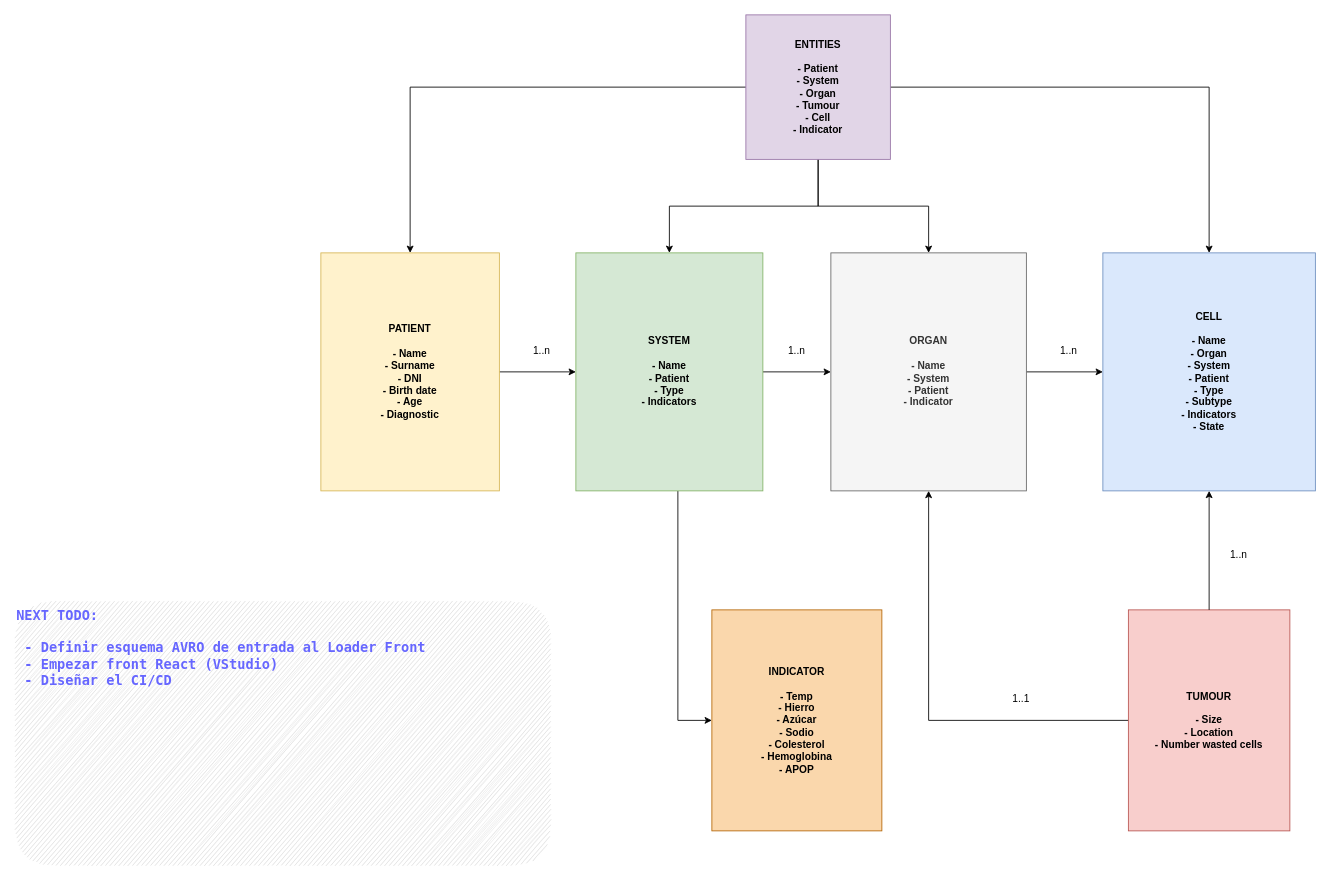
Above: page "MD" (1 of 6) of arch-design/cellprom-arch-functionality.drawio in cellprom/cellprom-arq-doc (draw.io), before the change. Source tidied: cells renumbered, new cells numbered last; positions are measured from the earlier drawing's top-left corner, leaving out a move shared by most shapes. Both pictures are drawn from the tidied source at 85%, with x=0, y=0 at pixel (14, 14).
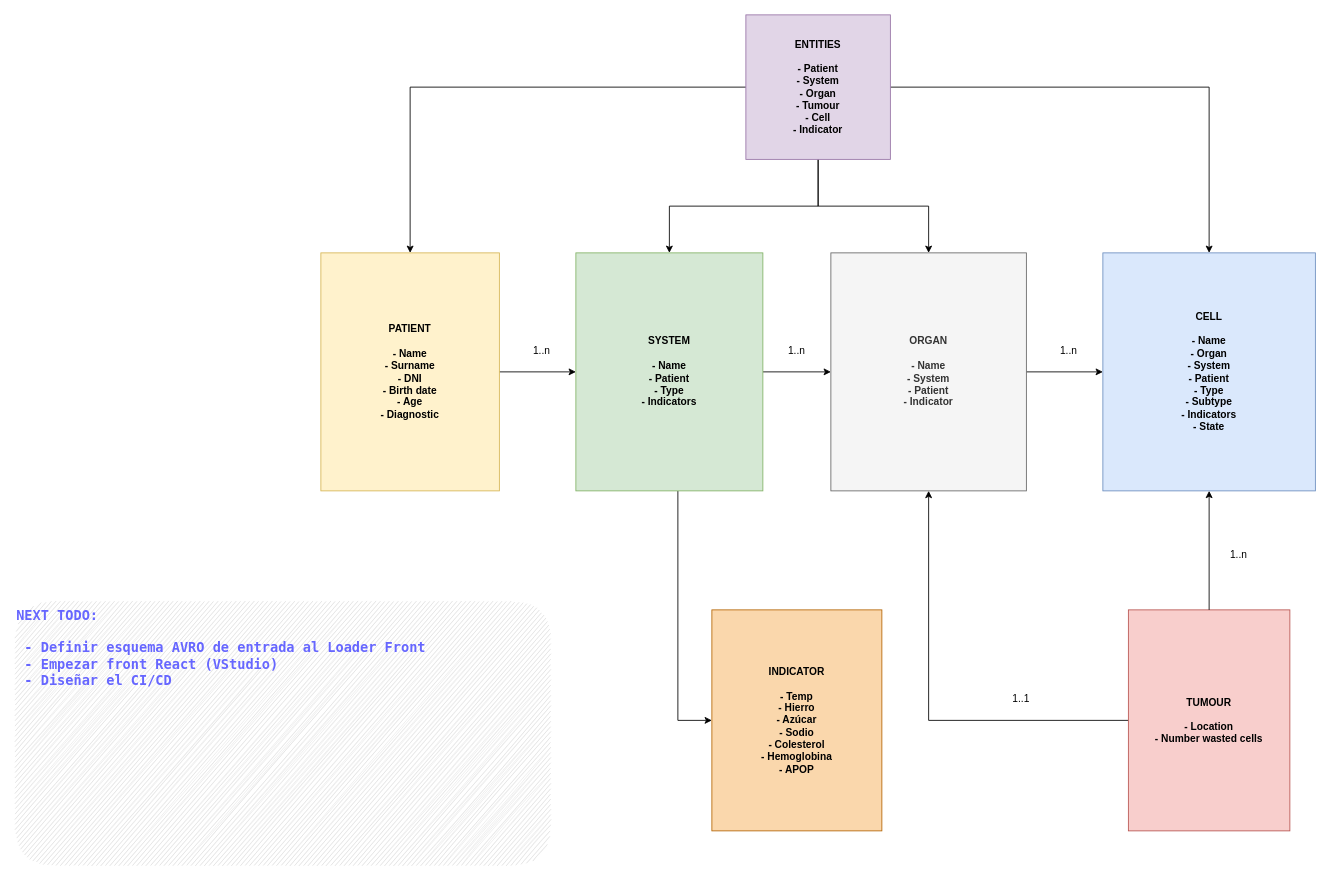
The same page after the edit.

The edit, as a diff of the source:
```diff
@@
-    <mxCell id="20" value="TUMOUR&lt;br&gt;&lt;br&gt;- Size&lt;br&gt;- Location&lt;br&gt;- Number wasted cells" style="whiteSpace=wrap;html=1;fillColor=#f8cecc;strokeColor=#b85450;fontStyle=1;" parent="1" vertex="1">
+    <mxCell id="20" value="TUMOUR&lt;br&gt;&lt;br&gt;- Location&lt;br&gt;- Number wasted cells" style="whiteSpace=wrap;html=1;fillColor=#f8cecc;strokeColor=#b85450;fontStyle=1;" parent="1" vertex="1">
       <mxGeometry x="1310" y="700" width="190" height="260" as="geometry" />
     </mxCell>
```
